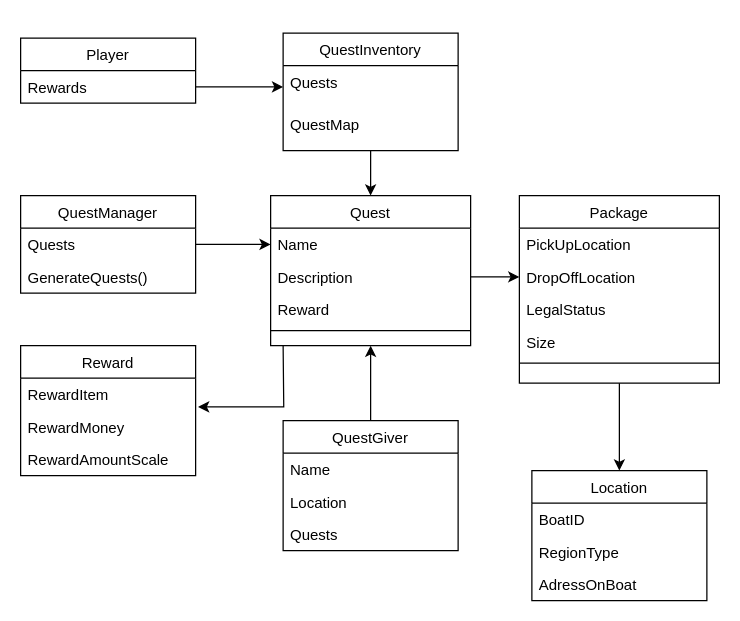
The draw.io diagram Quest System/DomeinModel_v2.0.drawio in Walled-City-Studio/Programming-Research, before the edit. Source tidied: cells renumbered, new cells numbered last; positions are measured from the earlier drawing's top-left corner, leaving out a move shared by most shapes. Both pictures are drawn from the tidied source at 125%, with x=0, y=0 at pixel (20, 32).
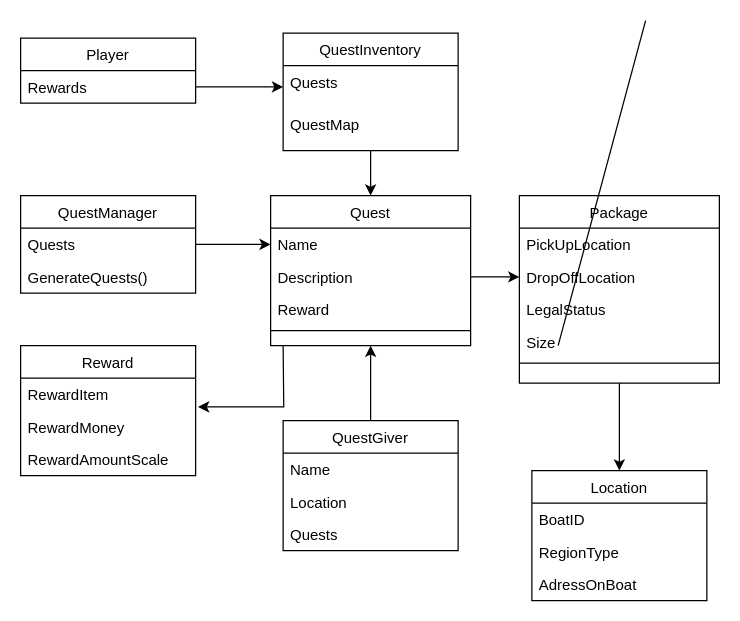
The same diagram, later.

Change to the diagram source:
```diff
@@
+    <mxCell id="40" style="endArrow=none;html=1;" parent="1" edge="1">
+      <mxGeometry relative="1" as="geometry">
+        <mxPoint x="500" y="-10" as="sourcePoint" />
+        <mxPoint x="430" y="250" as="targetPoint" />
+      </mxGeometry>
+    </mxCell>
```
